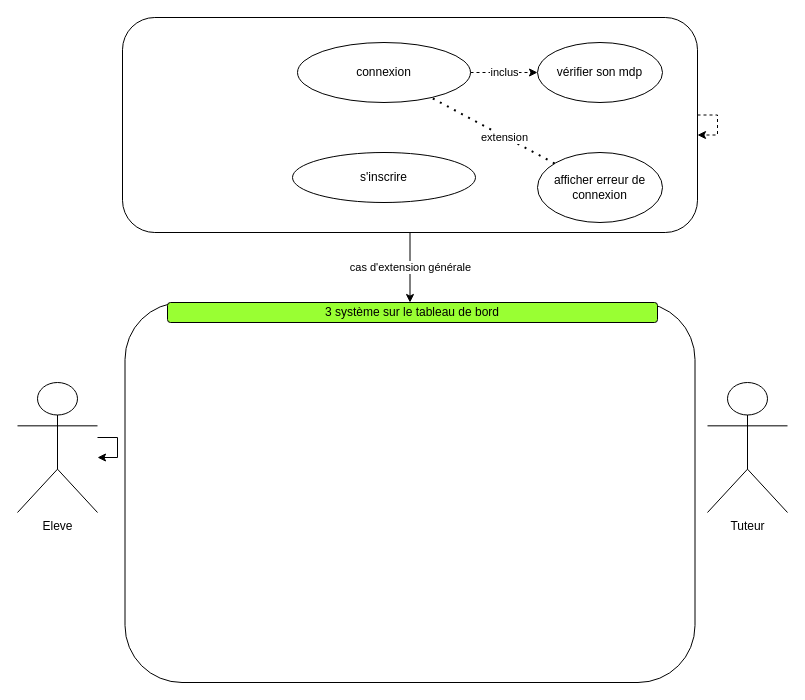
This is diagramme/Diagramme sans nom.drawio from Chardema/P10, a draw.io file, before an edit. Source tidied: cells renumbered, new cells numbered last; positions are measured from the earlier drawing's top-left corner, leaving out a move shared by most shapes. Both pictures are drawn from the tidied source at 100%, with x=0, y=0 at pixel (17, 17).
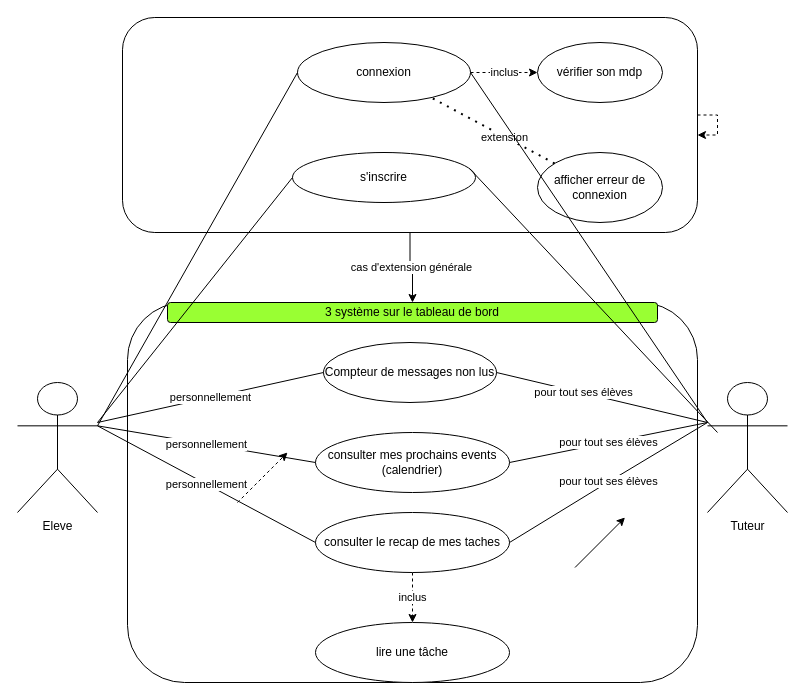
Above is the later version.

Commit message:
Mettre à jour Diagramme 2

The change refers to these unchanged cells:
```xml
<mxCell id="5" value="connexion" style="ellipse;whiteSpace=wrap;html=1;" parent="1" vertex="1">
  <mxGeometry x="280" y="25" width="173" height="60" as="geometry" />
</mxCell>
<mxCell id="6" value="s'inscrire" style="ellipse;whiteSpace=wrap;html=1;" parent="1" vertex="1">
  <mxGeometry x="275" y="135" width="183" height="50" as="geometry" />
</mxCell>
<mxCell id="7" value="Eleve" style="shape=umlActor;verticalLabelPosition=bottom;verticalAlign=top;html=1;outlineConnect=0;" parent="1" vertex="1">
  <mxGeometry y="365" width="80" height="130" as="geometry" />
</mxCell>
```

The edit, as a diff of the source:
```diff
@@
     <mxCell id="14" style="rounded=1;whiteSpace=wrap;html=1;" parent="1" vertex="1">
-      <mxGeometry x="107.5" y="285" width="570" height="380" as="geometry" />
+      <mxGeometry x="110" y="285" width="570" height="380" as="geometry" />
     </mxCell>
@@
-    <mxCell id="16" style="edgeStyle=orthogonalEdgeStyle;rounded=0;orthogonalLoop=1;jettySize=auto;html=1;" parent="1" edge="1" source="7" target="7">
-      <mxGeometry relative="1" as="geometry" />
-    </mxCell>
+    <mxCell id="17" value="Compteur de messages non lus" style="ellipse;whiteSpace=wrap;html=1;" parent="1" vertex="1">
+      <mxGeometry x="306" y="325" width="173" height="60" as="geometry" />
+    </mxCell>
+    <mxCell id="18" value="consulter mes prochains events&lt;br&gt;(calendrier)" style="ellipse;whiteSpace=wrap;html=1;" parent="1" vertex="1">
+      <mxGeometry x="298" y="415" width="194" height="60" as="geometry" />
+    </mxCell>
+    <mxCell id="19" style="endArrow=none;html=1;rounded=0;entryX=0;entryY=0.5;entryDx=0;entryDy=0;" parent="1" edge="1" target="6">
+      <mxGeometry relative="1" as="geometry">
+        <mxPoint x="80" y="405" as="sourcePoint" />
+      </mxGeometry>
+    </mxCell>
+    <mxCell id="20" style="endArrow=none;html=1;rounded=0;entryX=0;entryY=0.5;entryDx=0;entryDy=0;exitX=1;exitY=0.3333333333333333;exitDx=0;exitDy=0;exitPerimeter=0;" parent="1" edge="1" source="7">
+      <mxGeometry relative="1" as="geometry">
+        <mxPoint x="280" y="55" as="targetPoint" />
+      </mxGeometry>
+    </mxCell>
+    <mxCell id="21" value="personnellement" style="endArrow=none;html=1;rounded=0;entryX=0;entryY=0.5;entryDx=0;entryDy=0;" parent="1" edge="1" target="17">
+      <mxGeometry relative="1" as="geometry">
+        <mxPoint x="80" y="405" as="sourcePoint" />
+      </mxGeometry>
+    </mxCell>
+    <mxCell id="22" style="endArrow=none;html=1;rounded=0;entryX=1;entryY=0.5;entryDx=0;entryDy=0;" parent="1" edge="1" target="5">
+      <mxGeometry relative="1" as="geometry">
+        <mxPoint x="690" y="405" as="sourcePoint" />
+      </mxGeometry>
+    </mxCell>
+    <mxCell id="23" style="endArrow=none;html=1;rounded=0;entryX=0.967;entryY=0.32;entryDx=0;entryDy=0;entryPerimeter=0;" parent="1" edge="1" target="6">
+      <mxGeometry relative="1" as="geometry">
+        <mxPoint x="700" y="415" as="sourcePoint" />
+      </mxGeometry>
+    </mxCell>
+    <mxCell id="24" style="endArrow=none;html=1;rounded=0;" parent="1" edge="1">
+      <mxGeometry relative="1" as="geometry">
+        <mxPoint x="479" y="355" as="sourcePoint" />
+        <mxPoint x="690" y="405" as="targetPoint" />
+      </mxGeometry>
+    </mxCell>
+    <mxCell id="25" value="pour tout ses élèves" style="edgeLabel;html=1;align=center;verticalAlign=middle;" parent="24" vertex="1">
+      <mxGeometry x="-0.18" y="1" relative="1" as="geometry" />
+    </mxCell>
+    <mxCell id="26" value="personnellement" style="endArrow=none;html=1;rounded=0;exitX=1;exitY=0.3333333333333333;exitDx=0;exitDy=0;exitPerimeter=0;entryX=0;entryY=0.5;entryDx=0;entryDy=0;" parent="1" edge="1" source="7" target="18">
+      <mxGeometry relative="1" as="geometry" />
+    </mxCell>
+    <mxCell id="27" value="pour tout ses élèves" style="endArrow=none;html=1;rounded=0;exitX=1;exitY=0.5;exitDx=0;exitDy=0;" parent="1" edge="1" source="18">
+      <mxGeometry relative="1" as="geometry">
+        <mxPoint x="690" y="405" as="targetPoint" />
+      </mxGeometry>
+    </mxCell>
+    <mxCell id="28" value="inclus" style="edgeStyle=orthogonalEdgeStyle;rounded=0;jettySize=auto;html=1;dashed=1;" parent="1" edge="1" source="29" target="32">
+      <mxGeometry relative="1" as="geometry" />
+    </mxCell>
+    <mxCell id="29" value="consulter le recap de mes taches" style="ellipse;whiteSpace=wrap;html=1;" parent="1" vertex="1">
+      <mxGeometry x="298" y="495" width="194" height="60" as="geometry" />
+    </mxCell>
+    <mxCell id="30" value="personnellement" style="endArrow=none;html=1;rounded=0;exitX=1;exitY=0.3333333333333333;exitDx=0;exitDy=0;exitPerimeter=0;entryX=0;entryY=0.5;entryDx=0;entryDy=0;" parent="1" edge="1" source="7" target="29">
+      <mxGeometry relative="1" as="geometry" />
+    </mxCell>
+    <mxCell id="31" value="pour tout ses élèves" style="endArrow=none;html=1;rounded=0;exitX=1;exitY=0.5;exitDx=0;exitDy=0;" parent="1" edge="1" source="29">
+      <mxGeometry relative="1" as="geometry">
+        <mxPoint x="690" y="405" as="targetPoint" />
+        <Array as="points">
+          <mxPoint x="590" y="465" />
+        </Array>
+      </mxGeometry>
+    </mxCell>
+    <mxCell id="32" value="lire une tâche" style="ellipse;whiteSpace=wrap;html=1;" parent="1" vertex="1">
+      <mxGeometry x="298" y="605" width="194" height="60" as="geometry" />
+    </mxCell>
+    <mxCell id="33" style="endArrow=classic;html=1;rounded=0;" parent="1" edge="1">
+      <mxGeometry relative="1" as="geometry">
+        <mxPoint x="557.5" y="550" as="sourcePoint" />
+        <mxPoint x="607.5" y="500" as="targetPoint" />
+      </mxGeometry>
+    </mxCell>
+    <mxCell id="34" style="endArrow=classic;html=1;rounded=0;dashed=1;" parent="1" edge="1">
+      <mxGeometry relative="1" as="geometry">
+        <mxPoint x="220" y="485" as="sourcePoint" />
+        <mxPoint x="270" y="435" as="targetPoint" />
+      </mxGeometry>
+    </mxCell>
```
